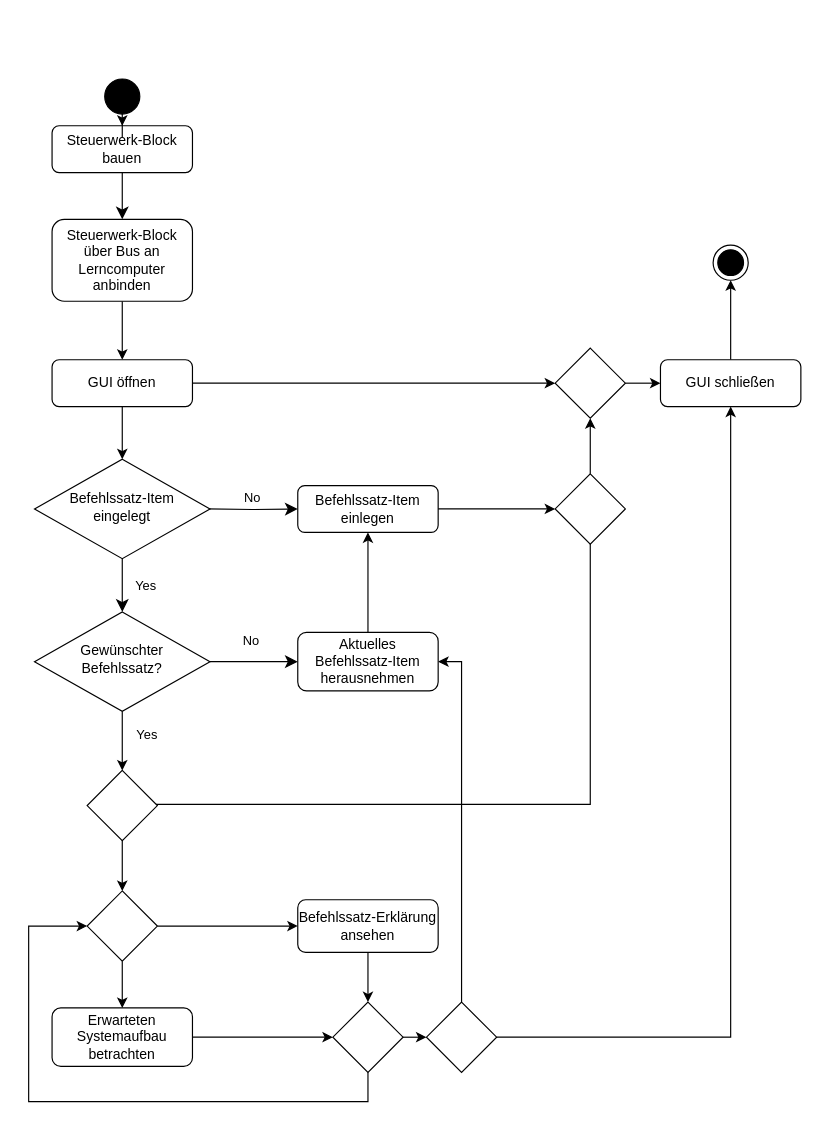
Above: AktivitaetsdiagrammSteuerwerk.drawio in LundiNord/RISCJ-Diagramms (draw.io), before the change. Source tidied: cells renumbered, new cells numbered last; positions are measured from the earlier drawing's top-left corner, leaving out a move shared by most shapes. Both pictures are drawn from the tidied source at 117%, with x=0, y=0 at pixel (28, 78).
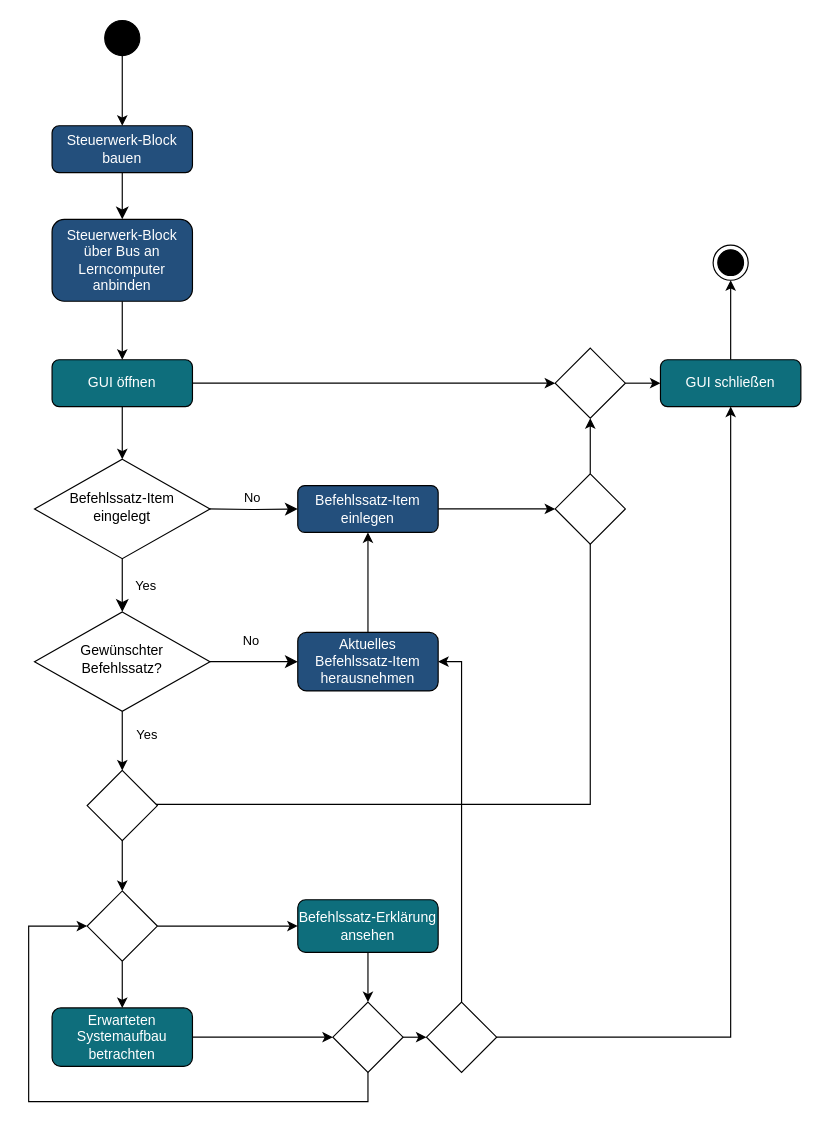
The same page after the edit.

Commit message:
AktivitaetsdiagrammSteuerwerk.drawio aktualisiert mit Farben

Change to the diagram source:
```diff
@@
-    <mxCell id="3" value="Steuerwerk-Block bauen" style="rounded=1;whiteSpace=wrap;html=1;fontSize=12;glass=0;strokeWidth=1;shadow=0;" parent="1" vertex="1">
+    <mxCell id="3" value="Steuerwerk-Block bauen" style="rounded=1;whiteSpace=wrap;html=1;fontSize=12;glass=0;strokeWidth=1;shadow=0;fontColor=#ffffff;fillColor=#234f7c;" parent="1" vertex="1">
       <mxGeometry x="20" y="40" width="120" height="40" as="geometry" />
     </mxCell>
@@
-    <mxCell id="9" value="Befehlssatz-Item einlegen" style="rounded=1;whiteSpace=wrap;html=1;fontSize=12;glass=0;strokeWidth=1;shadow=0;" parent="1" vertex="1">
+    <mxCell id="9" value="Befehlssatz-Item einlegen" style="rounded=1;whiteSpace=wrap;html=1;fontSize=12;glass=0;strokeWidth=1;shadow=0;fontColor=#ffffff;fillColor=#234F7C;" parent="1" vertex="1">
       <mxGeometry x="230" y="347.5" width="120" height="40" as="geometry" />
     </mxCell>
@@
-    <mxCell id="15" value="Aktuelles Befehlssatz-Item herausnehmen" style="rounded=1;whiteSpace=wrap;html=1;fontSize=12;glass=0;strokeWidth=1;shadow=0;" parent="1" vertex="1">
+    <mxCell id="15" value="Aktuelles Befehlssatz-Item herausnehmen" style="rounded=1;whiteSpace=wrap;html=1;fontSize=12;glass=0;strokeWidth=1;shadow=0;fontColor=#ffffff;fillColor=#234F7C;" parent="1" vertex="1">
       <mxGeometry x="230" y="473" width="120" height="50" as="geometry" />
     </mxCell>
@@
     <mxCell id="17" style="ellipse;fillColor=strokeColor;html=1;" parent="1" vertex="1">
-      <mxGeometry x="65" width="30" height="30" as="geometry" />
+      <mxGeometry x="65" y="-50" width="30" height="30" as="geometry" />
     </mxCell>
@@
-    <mxCell id="19" value="Steuerwerk-Block über Bus an Lerncomputer anbinden" style="rounded=1;whiteSpace=wrap;html=1;fontSize=12;glass=0;strokeWidth=1;shadow=0;" parent="1" vertex="1">
+    <mxCell id="19" value="Steuerwerk-Block über Bus an Lerncomputer anbinden" style="rounded=1;whiteSpace=wrap;html=1;fontSize=12;glass=0;strokeWidth=1;shadow=0;fontColor=#ffffff;fillColor=#234f7c;" parent="1" vertex="1">
       <mxGeometry x="20" y="120" width="120" height="70" as="geometry" />
     </mxCell>
@@
-    <mxCell id="22" value="GUI öffnen" style="rounded=1;whiteSpace=wrap;html=1;fontSize=12;glass=0;strokeWidth=1;shadow=0;" parent="1" vertex="1">
+    <mxCell id="22" value="GUI öffnen" style="rounded=1;whiteSpace=wrap;html=1;fontSize=12;glass=0;strokeWidth=1;shadow=0;fillColor=#0e6e7c;fontColor=#ffffff;" parent="1" vertex="1">
       <mxGeometry x="20" y="240" width="120" height="40" as="geometry" />
     </mxCell>
@@
-    <mxCell id="24" value="GUI schließen" style="rounded=1;whiteSpace=wrap;html=1;fontSize=12;glass=0;strokeWidth=1;shadow=0;" parent="1" vertex="1">
+    <mxCell id="24" value="GUI schließen" style="rounded=1;whiteSpace=wrap;html=1;fontSize=12;glass=0;strokeWidth=1;shadow=0;fillColor=#0e6e7c;fontColor=#ffffff;" parent="1" vertex="1">
       <mxGeometry x="540" y="240" width="120" height="40" as="geometry" />
     </mxCell>
@@
-    <mxCell id="29" value="Befehlssatz-Erklärung ansehen" style="rounded=1;whiteSpace=wrap;html=1;fontSize=12;glass=0;strokeWidth=1;shadow=0;" parent="1" vertex="1">
+    <mxCell id="29" value="Befehlssatz-Erklärung ansehen" style="rounded=1;whiteSpace=wrap;html=1;fontSize=12;glass=0;strokeWidth=1;shadow=0;fillColor=#0e6e7c;fontColor=#ffffff;" parent="1" vertex="1">
       <mxGeometry x="230" y="701.5" width="120" height="45" as="geometry" />
     </mxCell>
@@
-    <mxCell id="31" value="Erwarteten Systemaufbau betrachten" style="rounded=1;whiteSpace=wrap;html=1;fontSize=12;glass=0;strokeWidth=1;shadow=0;" parent="1" vertex="1">
+    <mxCell id="31" value="Erwarteten Systemaufbau betrachten" style="rounded=1;whiteSpace=wrap;html=1;fontSize=12;glass=0;strokeWidth=1;shadow=0;fillColor=#0e6e7c;fontColor=#ffffff;" parent="1" vertex="1">
       <mxGeometry x="20" y="794" width="120" height="50" as="geometry" />
     </mxCell>
```
